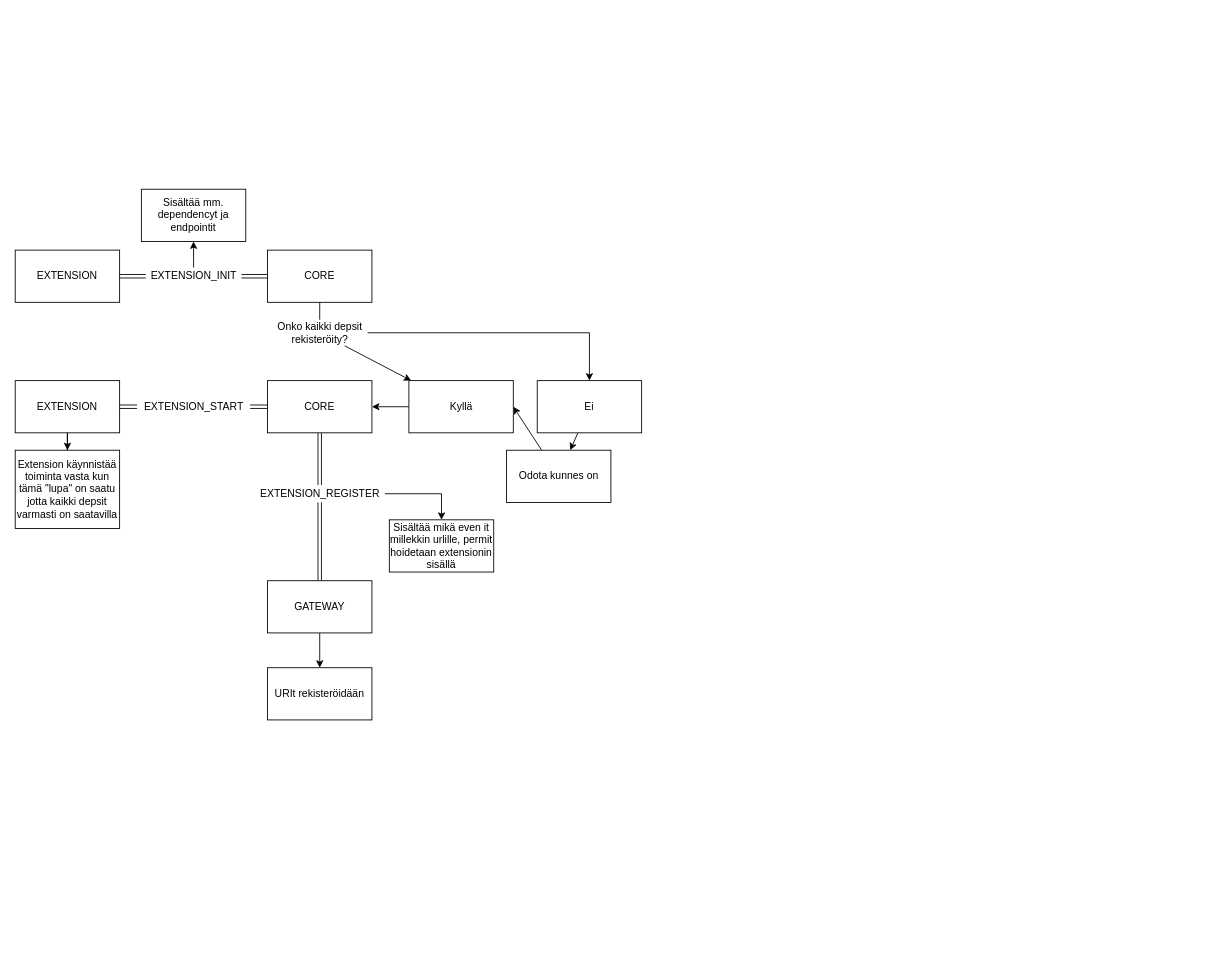
rittaschool/diagrams keeps this draw.io diagram as MicroserviceLinkingConcept.drawio. Above is the earlier version. Source tidied: cells renumbered, new cells numbered last; positions are measured from the earlier drawing's top-left corner, leaving out a move shared by most shapes. Both pictures are drawn from the tidied source at 87%, with x=0, y=0 at pixel (15, 189).
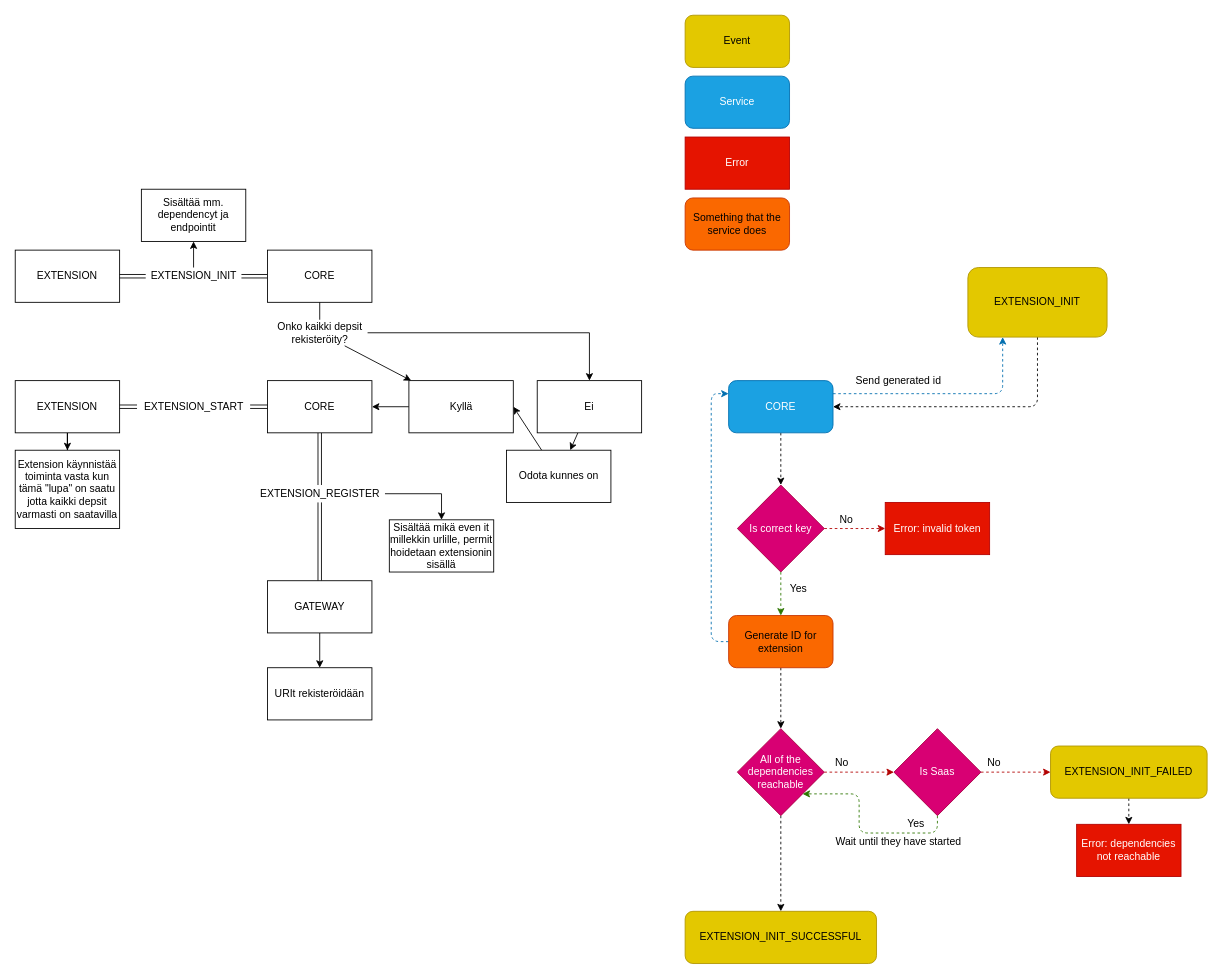
Above is the later version.

Commit message:
improvements to the extension diagram, not completed

Diff of the diagram source:
```diff
@@
+    <mxCell id="34" style="edgeStyle=orthogonalEdgeStyle;jettySize=auto;html=1;exitX=0.5;exitY=1;exitDx=0;exitDy=0;entryX=1;entryY=0.5;entryDx=0;entryDy=0;rounded=1;shadow=0;dashed=1;" parent="1" edge="1" source="35" target="38">
+      <mxGeometry relative="1" as="geometry" />
+    </mxCell>
+    <mxCell id="35" value="EXTENSION_INIT" style="rounded=1;whiteSpace=wrap;html=1;fillColor=#e3c800;strokeColor=#B09500;fontColor=#000000;" parent="1" vertex="1">
+      <mxGeometry x="1095" y="90" width="160" height="80" as="geometry" />
+    </mxCell>
+    <mxCell id="36" style="edgeStyle=orthogonalEdgeStyle;rounded=1;jettySize=auto;html=1;exitX=0.5;exitY=1;exitDx=0;exitDy=0;shadow=0;dashed=1;" parent="1" edge="1" source="38" target="42">
+      <mxGeometry relative="1" as="geometry" />
+    </mxCell>
+    <mxCell id="37" style="edgeStyle=orthogonalEdgeStyle;rounded=1;jettySize=auto;html=1;exitX=1;exitY=0.25;exitDx=0;exitDy=0;entryX=0.25;entryY=1;entryDx=0;entryDy=0;shadow=0;dashed=1;fillColor=#1ba1e2;strokeColor=#006EAF;" parent="1" edge="1" source="38" target="35">
+      <mxGeometry relative="1" as="geometry" />
+    </mxCell>
+    <mxCell id="38" value="CORE" style="rounded=1;whiteSpace=wrap;html=1;fillColor=#1ba1e2;fontColor=#ffffff;strokeColor=#006EAF;" parent="1" vertex="1">
+      <mxGeometry x="820" y="220" width="120" height="60" as="geometry" />
+    </mxCell>
+    <mxCell id="39" style="edgeStyle=orthogonalEdgeStyle;rounded=1;jettySize=auto;html=1;exitX=1;exitY=0.5;exitDx=0;exitDy=0;entryX=0;entryY=0.5;entryDx=0;entryDy=0;shadow=0;dashed=1;fillColor=#e51400;strokeColor=#B20000;" parent="1" edge="1" source="42" target="43">
+      <mxGeometry relative="1" as="geometry" />
+    </mxCell>
+    <mxCell id="40" style="edgeStyle=orthogonalEdgeStyle;rounded=1;jettySize=auto;html=1;exitX=0.5;exitY=1;exitDx=0;exitDy=0;entryX=0.5;entryY=0;entryDx=0;entryDy=0;shadow=0;dashed=1;fillColor=#60a917;strokeColor=#2D7600;" parent="1" edge="1" source="42" target="58">
+      <mxGeometry relative="1" as="geometry" />
+    </mxCell>
+    <mxCell id="41" style="edgeStyle=orthogonalEdgeStyle;rounded=1;jettySize=auto;html=1;exitX=0;exitY=0.5;exitDx=0;exitDy=0;entryX=0;entryY=0.25;entryDx=0;entryDy=0;shadow=0;dashed=1;fillColor=#1ba1e2;strokeColor=#006EAF;" parent="1" edge="1" source="58" target="38">
+      <mxGeometry relative="1" as="geometry" />
+    </mxCell>
+    <mxCell id="42" value="Is correct key" style="rhombus;whiteSpace=wrap;html=1;fillColor=#d80073;fontColor=#ffffff;strokeColor=#A50040;" parent="1" vertex="1">
+      <mxGeometry x="830" y="340" width="100" height="100" as="geometry" />
+    </mxCell>
+    <mxCell id="43" value="Error: invalid token" style="whiteSpace=wrap;html=1;fillColor=#e51400;fontColor=#ffffff;strokeColor=#B20000;" parent="1" vertex="1">
+      <mxGeometry x="1000" y="360" width="120" height="60" as="geometry" />
+    </mxCell>
+    <mxCell id="44" value="No" style="text;html=1;align=center;verticalAlign=middle;strokeColor=none;fillColor=none;" parent="1" vertex="1">
+      <mxGeometry x="940" y="370" width="30" height="20" as="geometry" />
+    </mxCell>
+    <mxCell id="45" style="edgeStyle=orthogonalEdgeStyle;rounded=1;jettySize=auto;html=1;exitX=1;exitY=0.5;exitDx=0;exitDy=0;entryX=0;entryY=0.5;entryDx=0;entryDy=0;shadow=0;dashed=1;fillColor=#e51400;strokeColor=#B20000;" parent="1" edge="1" source="47" target="53">
+      <mxGeometry relative="1" as="geometry" />
+    </mxCell>
+    <mxCell id="46" style="edgeStyle=orthogonalEdgeStyle;rounded=1;jettySize=auto;html=1;exitX=0.5;exitY=1;exitDx=0;exitDy=0;entryX=0.5;entryY=0;entryDx=0;entryDy=0;shadow=0;dashed=1;" parent="1" edge="1" source="47" target="66">
+      <mxGeometry relative="1" as="geometry" />
+    </mxCell>
+    <mxCell id="47" value="All of the dependencies reachable" style="rhombus;whiteSpace=wrap;html=1;fillColor=#d80073;fontColor=#ffffff;strokeColor=#A50040;" parent="1" vertex="1">
+      <mxGeometry x="830" y="620" width="100" height="100" as="geometry" />
+    </mxCell>
+    <mxCell id="48" value="Yes" style="text;html=1;align=center;verticalAlign=middle;strokeColor=none;fillColor=none;" parent="1" vertex="1">
+      <mxGeometry x="880" y="450" width="40" height="20" as="geometry" />
+    </mxCell>
+    <mxCell id="49" value="Error: dependencies not reachable" style="whiteSpace=wrap;html=1;fillColor=#e51400;fontColor=#ffffff;strokeColor=#B20000;" parent="1" vertex="1">
+      <mxGeometry x="1220" y="730" width="120" height="60" as="geometry" />
+    </mxCell>
+    <mxCell id="50" value="No" style="text;html=1;align=center;verticalAlign=middle;strokeColor=none;fillColor=none;" parent="1" vertex="1">
+      <mxGeometry x="935" y="650" width="30" height="20" as="geometry" />
+    </mxCell>
+    <mxCell id="51" style="edgeStyle=orthogonalEdgeStyle;rounded=1;jettySize=auto;html=1;exitX=0.5;exitY=1;exitDx=0;exitDy=0;entryX=1;entryY=1;entryDx=0;entryDy=0;shadow=0;dashed=1;fillColor=#60a917;strokeColor=#2D7600;" parent="1" edge="1" source="53" target="47">
+      <mxGeometry relative="1" as="geometry" />
+    </mxCell>
+    <mxCell id="52" style="edgeStyle=orthogonalEdgeStyle;rounded=1;jettySize=auto;html=1;exitX=1;exitY=0.5;exitDx=0;exitDy=0;entryX=0;entryY=0.5;entryDx=0;entryDy=0;shadow=0;dashed=1;fillColor=#e51400;strokeColor=#B20000;" parent="1" edge="1" source="53" target="61">
+      <mxGeometry relative="1" as="geometry" />
+    </mxCell>
+    <mxCell id="53" value="Is Saas" style="rhombus;whiteSpace=wrap;html=1;fillColor=#d80073;fontColor=#ffffff;strokeColor=#A50040;" parent="1" vertex="1">
+      <mxGeometry x="1010" y="620" width="100" height="100" as="geometry" />
+    </mxCell>
+    <mxCell id="54" value="Yes" style="text;html=1;align=center;verticalAlign=middle;strokeColor=none;fillColor=none;" parent="1" vertex="1">
+      <mxGeometry x="1015" y="720" width="40" height="20" as="geometry" />
+    </mxCell>
+    <mxCell id="55" value="Wait until they have started" style="text;html=1;align=center;verticalAlign=middle;strokeColor=none;fillColor=none;" parent="1" vertex="1">
+      <mxGeometry x="935" y="740" width="160" height="20" as="geometry" />
+    </mxCell>
+    <mxCell id="56" value="No" style="text;html=1;align=center;verticalAlign=middle;strokeColor=none;fillColor=none;" parent="1" vertex="1">
+      <mxGeometry x="1110" y="650" width="30" height="20" as="geometry" />
+    </mxCell>
+    <mxCell id="57" style="edgeStyle=orthogonalEdgeStyle;rounded=1;jettySize=auto;html=1;exitX=0.5;exitY=1;exitDx=0;exitDy=0;shadow=0;dashed=1;" parent="1" edge="1" source="58" target="47">
+      <mxGeometry relative="1" as="geometry" />
+    </mxCell>
+    <mxCell id="58" value="Generate ID for extension" style="rounded=1;whiteSpace=wrap;html=1;fillColor=#fa6800;fontColor=#000000;strokeColor=#C73500;" parent="1" vertex="1">
+      <mxGeometry x="820" y="490" width="120" height="60" as="geometry" />
+    </mxCell>
+    <mxCell id="59" value="Send generated id" style="text;html=1;align=center;verticalAlign=middle;strokeColor=none;fillColor=none;" parent="1" vertex="1">
+      <mxGeometry x="960" y="210" width="110" height="20" as="geometry" />
+    </mxCell>
+    <mxCell id="60" style="edgeStyle=orthogonalEdgeStyle;rounded=1;jettySize=auto;html=1;exitX=0.5;exitY=1;exitDx=0;exitDy=0;entryX=0.5;entryY=0;entryDx=0;entryDy=0;shadow=0;dashed=1;" parent="1" edge="1" source="61" target="49">
+      <mxGeometry relative="1" as="geometry" />
+    </mxCell>
+    <mxCell id="61" value="EXTENSION_INIT_FAILED" style="rounded=1;whiteSpace=wrap;html=1;fillColor=#e3c800;fontColor=#000000;strokeColor=#B09500;" parent="1" vertex="1">
+      <mxGeometry x="1190" y="640" width="180" height="60" as="geometry" />
+    </mxCell>
+    <mxCell id="62" value="Event" style="rounded=1;whiteSpace=wrap;html=1;fillColor=#e3c800;fontColor=#000000;strokeColor=#B09500;" parent="1" vertex="1">
+      <mxGeometry x="770" y="-200" width="120" height="60" as="geometry" />
+    </mxCell>
+    <mxCell id="63" value="Service" style="rounded=1;whiteSpace=wrap;html=1;fillColor=#1ba1e2;fontColor=#ffffff;strokeColor=#006EAF;" parent="1" vertex="1">
+      <mxGeometry x="770" y="-130" width="120" height="60" as="geometry" />
+    </mxCell>
+    <mxCell id="64" value="Error" style="whiteSpace=wrap;html=1;fillColor=#e51400;fontColor=#ffffff;strokeColor=#B20000;" parent="1" vertex="1">
+      <mxGeometry x="770" y="-60" width="120" height="60" as="geometry" />
+    </mxCell>
+    <mxCell id="65" value="Something that the service does" style="rounded=1;whiteSpace=wrap;html=1;fillColor=#fa6800;fontColor=#000000;strokeColor=#C73500;" parent="1" vertex="1">
+      <mxGeometry x="770" y="10" width="120" height="60" as="geometry" />
+    </mxCell>
+    <mxCell id="66" value="EXTENSION_INIT_SUCCESSFUL" style="rounded=1;whiteSpace=wrap;html=1;fillColor=#e3c800;fontColor=#000000;strokeColor=#B09500;" parent="1" vertex="1">
+      <mxGeometry x="770" y="830" width="220" height="60" as="geometry" />
+    </mxCell>
```
